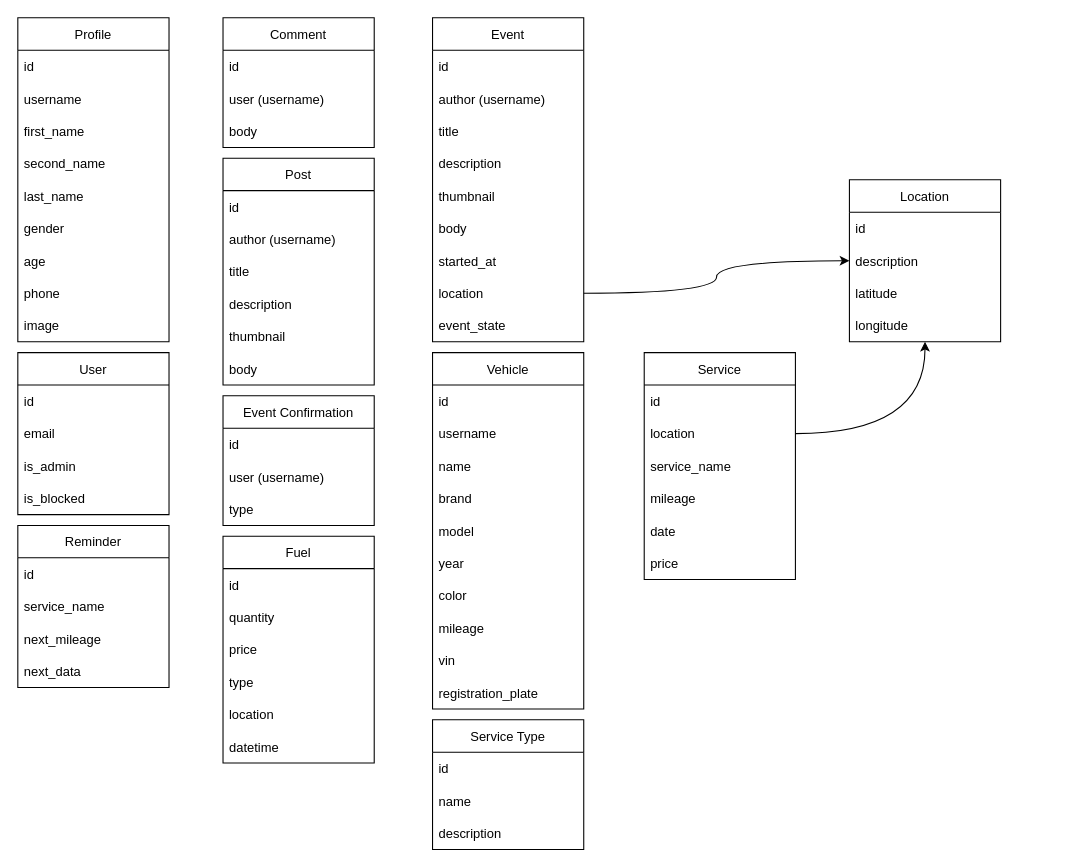
Above: page "domain models" (2 of 2) of schema.drawio in jadjer/mores (draw.io), before the change. Source tidied: cells renumbered, new cells numbered last; positions are measured from the earlier drawing's top-left corner, leaving out a move shared by most shapes. Both pictures are drawn from the tidied source at 108%, with x=0, y=0 at pixel (17, 17).
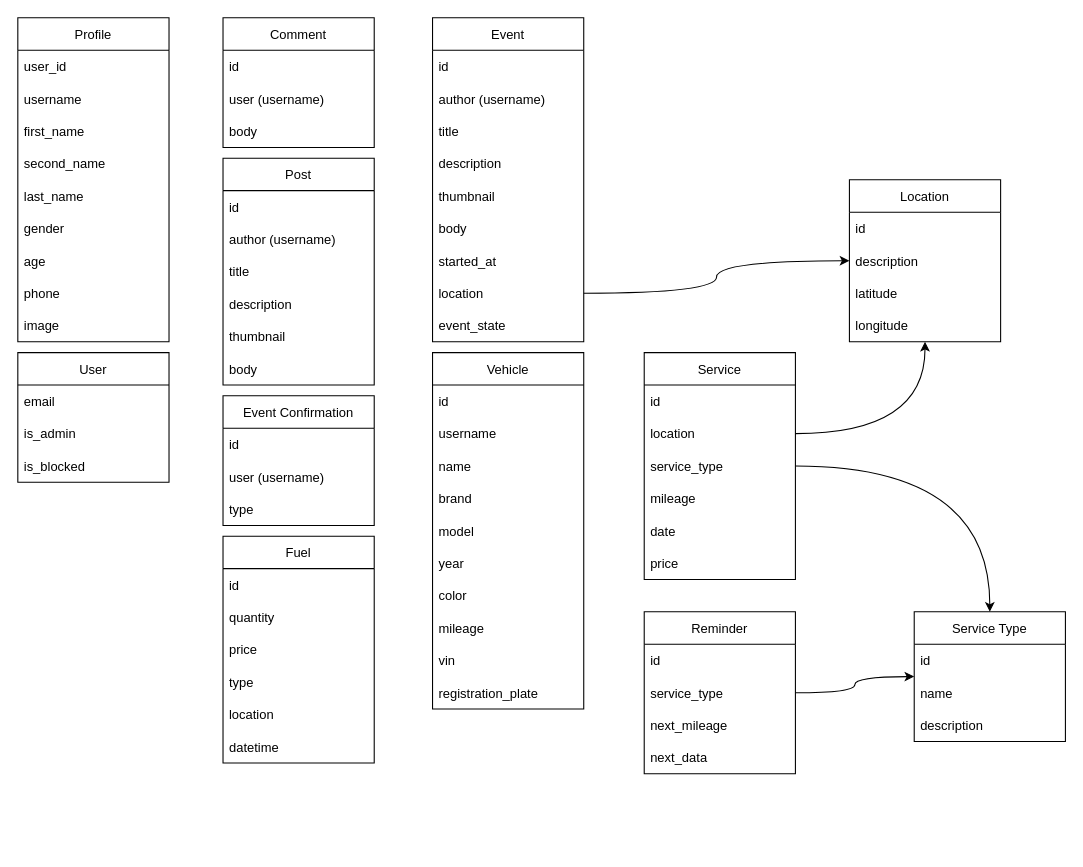
Above is the later version.

Unchanged cells that the change refers to:
```xml
<mxCell id="7" value="Profile" style="swimlane;fontStyle=0;horizontal=1;startSize=30;" parent="1" vertex="1">
  <mxGeometry width="140" height="300" as="geometry" />
</mxCell>
<mxCell id="71" value="Service" style="swimlane;fontStyle=0;horizontal=1;startSize=30;" parent="1" vertex="1">
  <mxGeometry x="580" y="310" width="140" height="210" as="geometry" />
</mxCell>
```

The edit, as a diff of the source:
```diff
@@
     <mxCell id="2" value="User" style="swimlane;fontStyle=0;horizontal=1;startSize=30;" parent="1" vertex="1">
-      <mxGeometry y="310" width="140" height="150" as="geometry" />
+      <mxGeometry y="310" width="140" height="120" as="geometry" />
     </mxCell>
-    <mxCell id="3" value="id" style="text;strokeColor=none;fillColor=none;align=left;verticalAlign=middle;spacingLeft=4;spacingRight=4;overflow=hidden;" parent="2" vertex="1">
-      <mxGeometry y="30" width="140" height="30" as="geometry" />
-    </mxCell>
     <mxCell id="4" value="email" style="text;strokeColor=none;fillColor=none;align=left;verticalAlign=middle;spacingLeft=4;spacingRight=4;overflow=hidden;" parent="2" vertex="1">
-      <mxGeometry y="60" width="140" height="30" as="geometry" />
+      <mxGeometry y="30" width="140" height="30" as="geometry" />
     </mxCell>
     <mxCell id="5" value="is_admin" style="text;strokeColor=none;fillColor=none;align=left;verticalAlign=middle;spacingLeft=4;spacingRight=4;overflow=hidden;" parent="2" vertex="1">
-      <mxGeometry y="90" width="140" height="30" as="geometry" />
+      <mxGeometry y="60" width="140" height="30" as="geometry" />
     </mxCell>
     <mxCell id="6" value="is_blocked" style="text;strokeColor=none;fillColor=none;align=left;verticalAlign=middle;spacingLeft=4;spacingRight=4;overflow=hidden;" parent="2" vertex="1">
-      <mxGeometry y="120" width="140" height="30" as="geometry" />
+      <mxGeometry y="90" width="140" height="30" as="geometry" />
     </mxCell>
@@
-    <mxCell id="8" value="id" style="text;strokeColor=none;fillColor=none;align=left;verticalAlign=middle;spacingLeft=4;spacingRight=4;overflow=hidden;" parent="7" vertex="1">
+    <mxCell id="8" value="user_id" style="text;strokeColor=none;fillColor=none;align=left;verticalAlign=middle;spacingLeft=4;spacingRight=4;overflow=hidden;" parent="7" vertex="1">
       <mxGeometry y="30" width="140" height="30" as="geometry" />
     </mxCell>
@@
     <mxCell id="66" value="Reminder" style="swimlane;fontStyle=0;horizontal=1;startSize=30;" parent="1" vertex="1">
-      <mxGeometry y="470" width="140" height="150" as="geometry" />
+      <mxGeometry x="580" y="550" width="140" height="150" as="geometry" />
     </mxCell>
@@
-    <mxCell id="68" value="service_name" style="text;strokeColor=none;fillColor=none;align=left;verticalAlign=middle;spacingLeft=4;spacingRight=4;overflow=hidden;points=[[0,0.5],[1,0.5]];portConstraint=eastwest;" parent="66" vertex="1">
+    <mxCell id="68" value="service_type" style="text;strokeColor=none;fillColor=none;align=left;verticalAlign=middle;spacingLeft=4;spacingRight=4;overflow=hidden;points=[[0,0.5],[1,0.5]];portConstraint=eastwest;" parent="66" vertex="1">
       <mxGeometry y="60" width="140" height="30" as="geometry" />
     </mxCell>
@@
-    <mxCell id="74" value="service_name" style="text;strokeColor=none;fillColor=none;align=left;verticalAlign=middle;spacingLeft=4;spacingRight=4;overflow=hidden;points=[[0,0.5],[1,0.5]];portConstraint=eastwest;" parent="71" vertex="1">
+    <mxCell id="74" value="service_type" style="text;strokeColor=none;fillColor=none;align=left;verticalAlign=middle;spacingLeft=4;spacingRight=4;overflow=hidden;points=[[0,0.5],[1,0.5]];portConstraint=eastwest;" parent="71" vertex="1">
       <mxGeometry y="90" width="140" height="30" as="geometry" />
     </mxCell>
@@
     <mxCell id="79" value="Service Type" style="swimlane;fontStyle=0;horizontal=1;startSize=30;" parent="1" vertex="1">
-      <mxGeometry x="384" y="650" width="140" height="120" as="geometry" />
+      <mxGeometry x="830" y="550" width="140" height="120" as="geometry" />
     </mxCell>
@@
+    <mxCell id="83" style="edgeStyle=orthogonalEdgeStyle;curved=1;rounded=0;jettySize=auto;html=1;" parent="1" edge="1" source="74" target="79">
+      <mxGeometry relative="1" as="geometry" />
+    </mxCell>
+    <mxCell id="84" style="edgeStyle=orthogonalEdgeStyle;curved=1;rounded=0;jettySize=auto;html=1;" parent="1" edge="1" source="68" target="79">
+      <mxGeometry relative="1" as="geometry" />
+    </mxCell>
```
